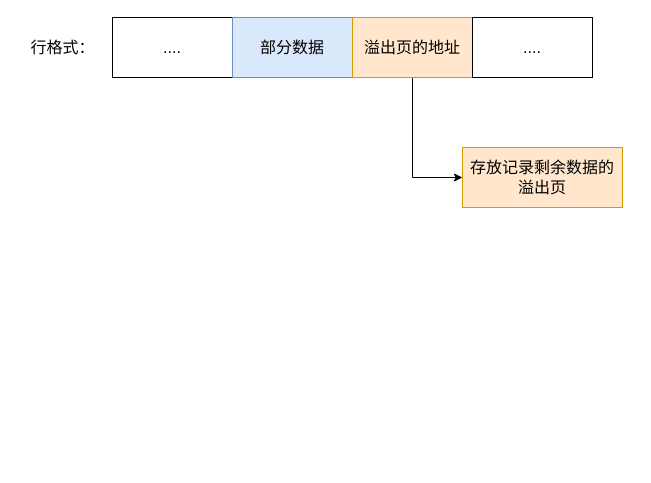
Earlier version of the draw.io diagram mysql/row_format/行溢出.drawio (xiaolincoder/ImageHost4). Source tidied: cells renumbered, new cells numbered last; positions are measured from the earlier drawing's top-left corner, leaving out a move shared by most shapes. Both pictures are drawn from the tidied source at 100%, with x=0, y=0 at pixel (17, 17).
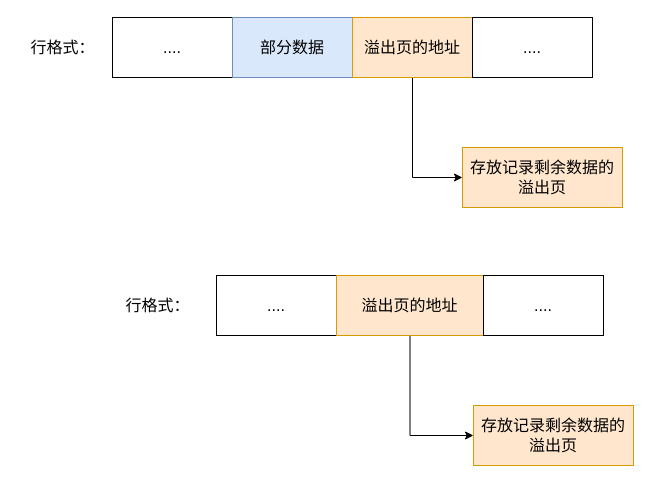
The same page after the edit.

Commit message (it also covers changes not shown here):
更新行溢出.drawio

Diff of the diagram source:
```diff
@@
 <mxGraphModel>
   <root>
     <mxCell id="0" />
     <mxCell id="1" parent="0" />
     <mxCell id="2" value="...." style="rounded=0;whiteSpace=wrap;html=1;fontSize=16;" parent="1" vertex="1">
       <mxGeometry x="95" width="120" height="60" as="geometry" />
     </mxCell>
     <mxCell id="3" value="部分数据" style="rounded=0;whiteSpace=wrap;html=1;fillColor=#dae8fc;strokeColor=#6c8ebf;fontSize=16;" parent="1" vertex="1">
       <mxGeometry x="215" width="120" height="60" as="geometry" />
     </mxCell>
     <mxCell id="4" style="edgeStyle=orthogonalEdgeStyle;rounded=0;jettySize=auto;html=1;entryX=0;entryY=0.5;entryDx=0;entryDy=0;fontSize=16;" parent="1" edge="1" source="5" target="6">
       <mxGeometry relative="1" as="geometry" />
     </mxCell>
     <mxCell id="5" value="溢出页的地址" style="rounded=0;whiteSpace=wrap;html=1;fillColor=#ffe6cc;strokeColor=#d79b00;fontSize=16;" parent="1" vertex="1">
       <mxGeometry x="335" width="120" height="60" as="geometry" />
     </mxCell>
     <mxCell id="6" value="存放记录剩余数据的溢出页" style="rounded=0;whiteSpace=wrap;html=1;fillColor=#ffe6cc;strokeColor=#d79b00;fontSize=16;" parent="1" vertex="1">
       <mxGeometry x="445" y="130" width="160" height="60" as="geometry" />
     </mxCell>
     <mxCell id="7" value="...." style="rounded=0;whiteSpace=wrap;html=1;fontSize=16;" parent="1" vertex="1">
       <mxGeometry x="455" width="120" height="60" as="geometry" />
     </mxCell>
     <mxCell id="8" value="行格式：" style="text;html=1;align=center;verticalAlign=middle;strokeColor=none;fillColor=none;fontSize=16;" parent="1" vertex="1">
       <mxGeometry y="15" width="90" height="30" as="geometry" />
     </mxCell>
+    <mxCell id="9" value="...." style="rounded=0;whiteSpace=wrap;html=1;fontSize=16;" parent="1" vertex="1">
+      <mxGeometry x="199" y="258" width="120" height="60" as="geometry" />
+    </mxCell>
+    <mxCell id="10" style="edgeStyle=orthogonalEdgeStyle;rounded=0;jettySize=auto;html=1;entryX=0;entryY=0.5;entryDx=0;entryDy=0;fontSize=16;" parent="1" edge="1" source="11" target="12">
+      <mxGeometry relative="1" as="geometry" />
+    </mxCell>
+    <mxCell id="11" value="溢出页的地址" style="rounded=0;whiteSpace=wrap;html=1;fillColor=#ffe6cc;strokeColor=#d79b00;fontSize=16;" parent="1" vertex="1">
+      <mxGeometry x="319" y="258" width="147" height="60" as="geometry" />
+    </mxCell>
+    <mxCell id="12" value="存放记录剩余数据的溢出页" style="rounded=0;whiteSpace=wrap;html=1;fillColor=#ffe6cc;strokeColor=#d79b00;fontSize=16;" parent="1" vertex="1">
+      <mxGeometry x="456" y="388" width="160" height="60" as="geometry" />
+    </mxCell>
+    <mxCell id="13" value="...." style="rounded=0;whiteSpace=wrap;html=1;fontSize=16;" parent="1" vertex="1">
+      <mxGeometry x="466" y="258" width="120" height="60" as="geometry" />
+    </mxCell>
+    <mxCell id="14" value="行格式：" style="text;html=1;align=center;verticalAlign=middle;strokeColor=none;fillColor=none;fontSize=16;" parent="1" vertex="1">
+      <mxGeometry x="95" y="273" width="90" height="30" as="geometry" />
+    </mxCell>
   </root>
 </mxGraphModel>
```
